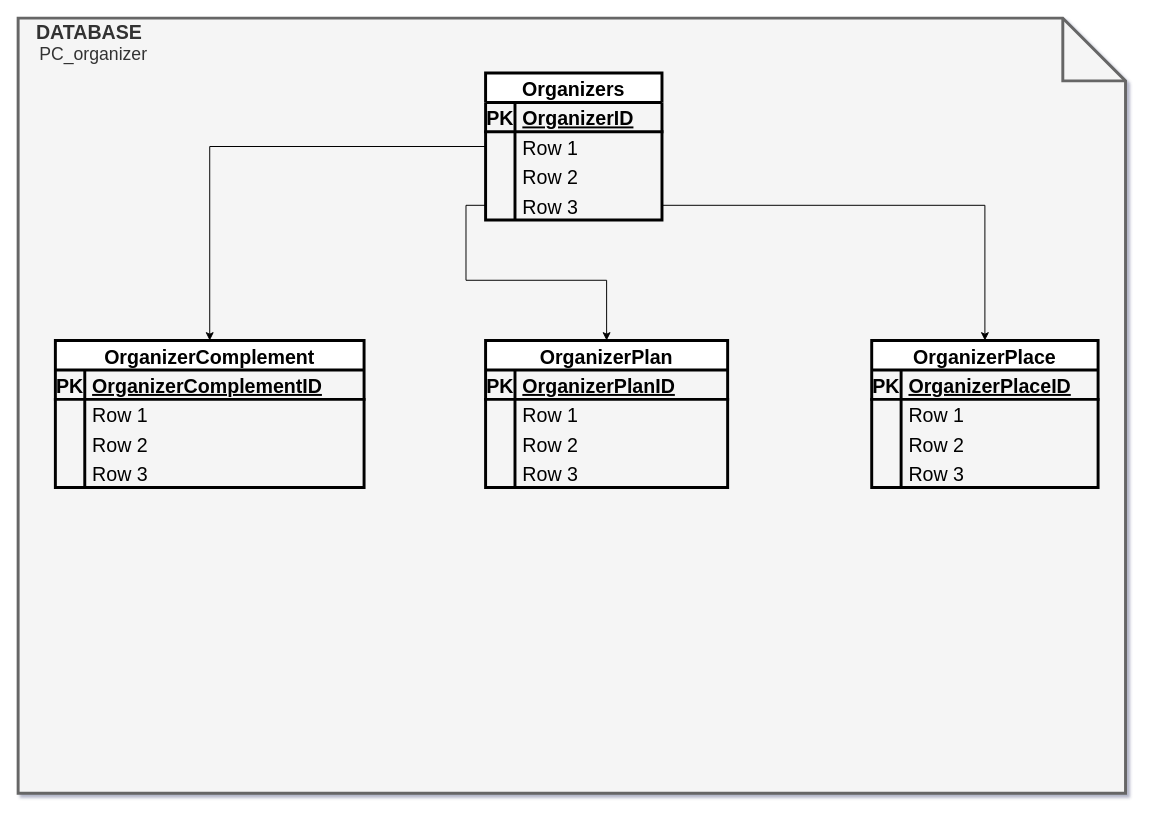
Before: page "DB - ORGANIZER" (1 of 4) of relacionamento.drawio in sandromaia87/crossfit, a draw.io diagram. Source tidied: cells renumbered, new cells numbered last; positions are measured from the earlier drawing's top-left corner, leaving out a move shared by most shapes. Both pictures are drawn from the tidied source at 98%, with x=0, y=0 at pixel (18, 18).
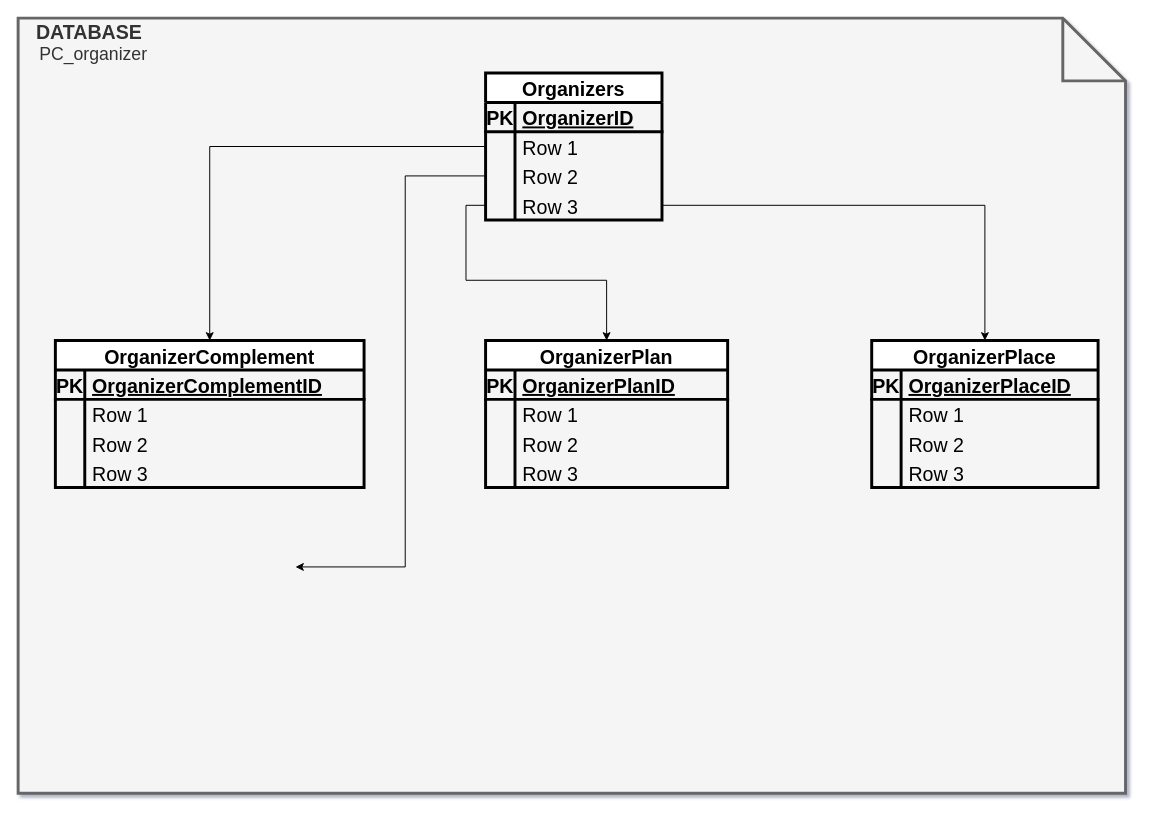
The same page after the edit.

The change refers to these unchanged cells:
```xml
<mxCell id="49" style="shape=tableRow;horizontal=0;startSize=0;swimlaneHead=0;swimlaneBody=0;fillColor=none;points=[[0,0.5],[1,0.5]];portConstraint=eastwest;top=0;left=0;right=0;bottom=0;strokeWidth=3;fontSize=20;" parent="42" vertex="1">
  <mxGeometry y="90" width="180" height="30" as="geometry" />
</mxCell>
```

Diff of the diagram source:
```diff
@@
+    <mxCell id="58" style="edgeStyle=orthogonalEdgeStyle;rounded=0;jettySize=auto;html=1;exitX=0;exitY=0.5;exitDx=0;exitDy=0;entryX=0.992;entryY=0.093;entryDx=0;entryDy=0;entryPerimeter=0;fontSize=20;" parent="1" edge="1" source="49">
+      <mxGeometry relative="1" as="geometry">
+        <mxPoint x="283" y="560" as="targetPoint" />
+        <Array as="points">
+          <mxPoint x="395" y="161" />
+          <mxPoint x="395" y="560" />
+        </Array>
+      </mxGeometry>
+    </mxCell>
```
